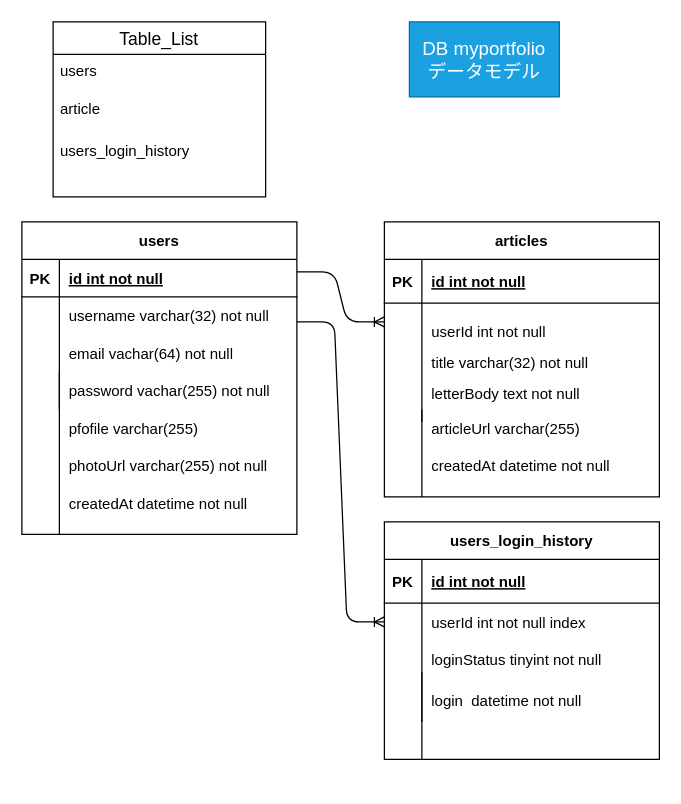
Above: db.dio in hirohana/technologypost-backend (draw.io), before the change. Source tidied: cells renumbered, new cells numbered last; positions are measured from the earlier drawing's top-left corner, leaving out a move shared by most shapes. Both pictures are drawn from the tidied source at 125%, with x=0, y=0 at pixel (21, 21).
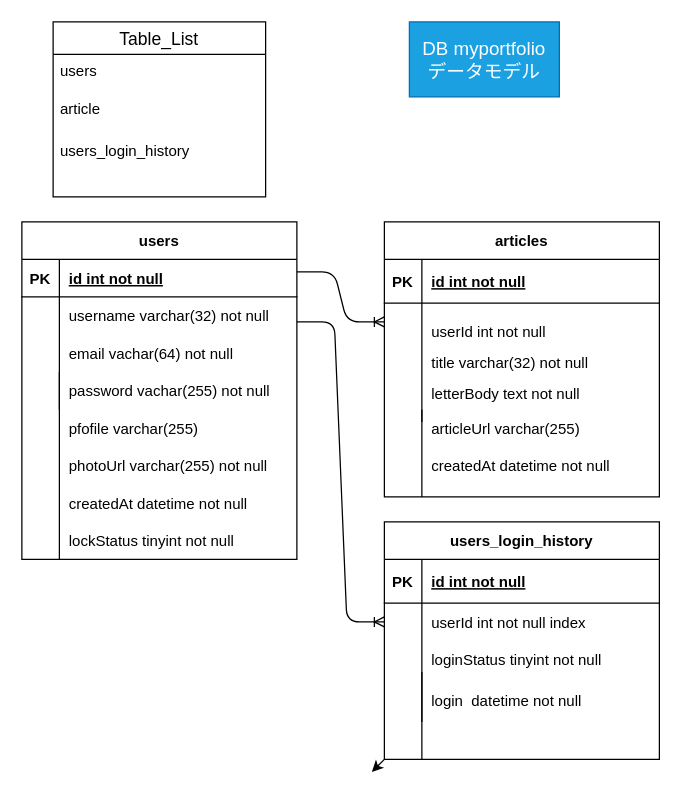
The same diagram, later.

The change refers to these unchanged cells:
```xml
<mxCell id="42" value="users_login_history" style="shape=table;startSize=30;childLayout=tableLayout;rowLines=0;fontStyle=1;align=center;" parent="1" vertex="1">
  <mxGeometry x="290" y="400" width="220" height="190" as="geometry" />
</mxCell>
```

What changed in the source:
```diff
@@
     <mxCell id="2" value="users" style="shape=table;startSize=30;childLayout=tableLayout;rowLines=0;fontStyle=1;align=center;" parent="1" vertex="1">
-      <mxGeometry y="160" width="220" height="250" as="geometry" />
+      <mxGeometry y="160" width="220" height="270" as="geometry" />
     </mxCell>
@@
     <mxCell id="39" style="endArrow=none;html=1;rounded=0;" parent="1" edge="1">
       <mxGeometry relative="1" as="geometry">
         <mxPoint x="30" y="280" as="sourcePoint" />
-        <mxPoint x="30" y="410" as="targetPoint" />
+        <mxPoint x="30" y="430" as="targetPoint" />
       </mxGeometry>
     </mxCell>
@@
+    <mxCell id="64" style="edgeStyle=none;html=1;exitX=0;exitY=1;exitDx=0;exitDy=0;" parent="1" edge="1" source="42">
+      <mxGeometry relative="1" as="geometry">
+        <mxPoint x="280" y="600" as="targetPoint" />
+      </mxGeometry>
+    </mxCell>
@@
+    <mxCell id="65" value="lockStatus tinyint not null" style="shape=partialRectangle;fillColor=none;top=0;left=0;bottom=0;right=0;align=left;spacingLeft=6;overflow=hidden;" parent="1" vertex="1">
+      <mxGeometry x="30" y="400" width="190" height="30" as="geometry" />
+    </mxCell>
```
